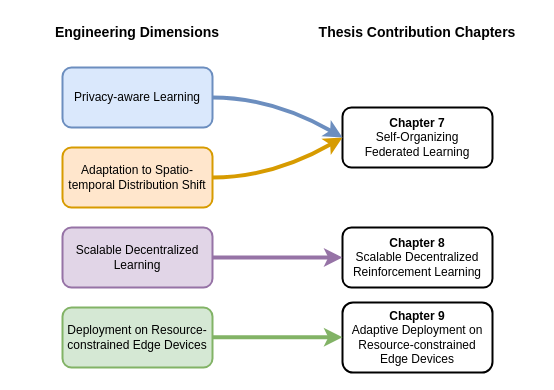
This is figures/mapping.drawio from domm99/phd-thesis, a draw.io file, before an edit. Source tidied: cells renumbered, new cells numbered last; positions are measured from the earlier drawing's top-left corner, leaving out a move shared by most shapes. Both pictures are drawn from the tidied source at 100%, with x=0, y=0 at pixel (17, 17).
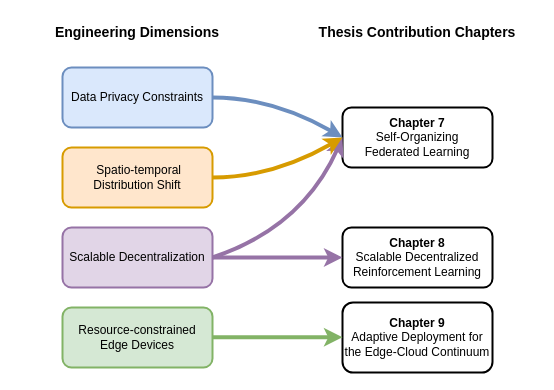
The same diagram, later.

Unchanged cells that the change refers to:
```xml
<mxCell id="7" value="&lt;b&gt;Chapter 7&lt;/b&gt;&lt;div&gt;Self-Organizing &lt;br&gt;Federated Learning&lt;/div&gt;" style="rounded=1;whiteSpace=wrap;html=1;strokeWidth=2;" parent="1" vertex="1">
  <mxGeometry x="325" y="90" width="150" height="60" as="geometry" />
</mxCell>
<mxCell id="8" value="&lt;b&gt;Chapter 8&lt;/b&gt;&lt;div&gt;Scalable Decentralized&lt;br&gt;&lt;span style=&quot;background-color: transparent; color: light-dark(rgb(0, 0, 0), rgb(255, 255, 255));&quot;&gt;Reinforcement Learning&lt;/span&gt;&lt;/div&gt;" style="rounded=1;whiteSpace=wrap;html=1;strokeWidth=2;" parent="1" vertex="1">
  <mxGeometry x="325" y="210" width="150" height="60" as="geometry" />
</mxCell>
```

The edit, as a diff of the source:
```diff
@@
-    <mxCell id="2" style="edgeStyle=orthogonalEdgeStyle;curved=1;rounded=1;orthogonalLoop=1;jettySize=auto;html=1;exitX=0.5;exitY=1;exitDx=0;exitDy=0;" parent="1" edge="1">
-      <mxGeometry relative="1" as="geometry">
-        <mxPoint x="615" y="680" as="sourcePoint" />
-      </mxGeometry>
-    </mxCell>
-    <mxCell id="3" value="Privacy-aware Learning" style="rounded=1;whiteSpace=wrap;html=1;fillColor=#dae8fc;strokeColor=#6c8ebf;strokeWidth=2;shadow=0;" parent="1" vertex="1">
-      <mxGeometry x="45" y="50" width="150" height="60" as="geometry" />
-    </mxCell>
-    <mxCell id="4" value="Adaptation to Spatio-temporal Distribution Shift" style="rounded=1;whiteSpace=wrap;html=1;fillColor=#ffe6cc;strokeColor=#d79b00;strokeWidth=2;" parent="1" vertex="1">
-      <mxGeometry x="45" y="130" width="150" height="60" as="geometry" />
-    </mxCell>
-    <mxCell id="5" value="Deployment on Resource-constrained Edge Devices" style="rounded=1;whiteSpace=wrap;html=1;fillColor=#d5e8d4;strokeColor=#82b366;strokeWidth=2;" parent="1" vertex="1">
-      <mxGeometry x="45" y="290" width="150" height="60" as="geometry" />
-    </mxCell>
-    <mxCell id="6" value="Scalable Decentralized Learning" style="rounded=1;whiteSpace=wrap;html=1;fillColor=#e1d5e7;strokeColor=#9673a6;strokeWidth=2;" parent="1" vertex="1">
-      <mxGeometry x="45" y="210" width="150" height="60" as="geometry" />
-    </mxCell>
+    <mxCell id="16" style="edgeStyle=orthogonalEdgeStyle;curved=1;rounded=1;orthogonalLoop=1;jettySize=auto;html=1;exitX=0.5;exitY=1;exitDx=0;exitDy=0;" parent="1" edge="1">
+      <mxGeometry relative="1" as="geometry">
+        <mxPoint x="615" y="680" as="sourcePoint" />
+      </mxGeometry>
+    </mxCell>
+    <mxCell id="17" style="edgeStyle=orthogonalEdgeStyle;curved=1;rounded=0;orthogonalLoop=1;jettySize=auto;html=1;exitX=0.5;exitY=1;exitDx=0;exitDy=0;" parent="1" edge="1">
+      <mxGeometry relative="1" as="geometry">
+        <mxPoint x="615" y="680" as="sourcePoint" />
+      </mxGeometry>
+    </mxCell>
+    <mxCell id="18" style="edgeStyle=orthogonalEdgeStyle;curved=1;rounded=1;orthogonalLoop=1;jettySize=auto;html=1;exitX=0.5;exitY=1;exitDx=0;exitDy=0;" parent="1" edge="1">
+      <mxGeometry relative="1" as="geometry">
+        <mxPoint x="615" y="680" as="sourcePoint" />
+      </mxGeometry>
+    </mxCell>
+    <mxCell id="19" style="edgeStyle=orthogonalEdgeStyle;curved=1;rounded=1;orthogonalLoop=1;jettySize=auto;html=1;exitX=0.5;exitY=1;exitDx=0;exitDy=0;" parent="1" edge="1">
+      <mxGeometry relative="1" as="geometry">
+        <mxPoint x="515" y="740" as="sourcePoint" />
+      </mxGeometry>
+    </mxCell>
+    <mxCell id="20" style="edgeStyle=orthogonalEdgeStyle;curved=1;rounded=0;orthogonalLoop=1;jettySize=auto;html=1;exitX=0.5;exitY=1;exitDx=0;exitDy=0;" parent="1" edge="1">
+      <mxGeometry relative="1" as="geometry">
+        <mxPoint x="515" y="740" as="sourcePoint" />
+      </mxGeometry>
+    </mxCell>
+    <mxCell id="21" style="edgeStyle=orthogonalEdgeStyle;curved=1;rounded=1;orthogonalLoop=1;jettySize=auto;html=1;exitX=0.5;exitY=1;exitDx=0;exitDy=0;" parent="1" edge="1">
+      <mxGeometry relative="1" as="geometry">
+        <mxPoint x="615" y="680" as="sourcePoint" />
+      </mxGeometry>
+    </mxCell>
+    <mxCell id="22" style="edgeStyle=orthogonalEdgeStyle;curved=1;rounded=0;orthogonalLoop=1;jettySize=auto;html=1;exitX=0.5;exitY=1;exitDx=0;exitDy=0;" parent="1" edge="1">
+      <mxGeometry relative="1" as="geometry">
+        <mxPoint x="615" y="680" as="sourcePoint" />
+      </mxGeometry>
+    </mxCell>
+    <mxCell id="23" style="edgeStyle=orthogonalEdgeStyle;curved=1;rounded=1;orthogonalLoop=1;jettySize=auto;html=1;exitX=0.5;exitY=1;exitDx=0;exitDy=0;" parent="1" edge="1">
+      <mxGeometry relative="1" as="geometry">
+        <mxPoint x="615" y="680" as="sourcePoint" />
+      </mxGeometry>
+    </mxCell>
+    <mxCell id="24" value="Data Privacy Constraints" style="rounded=1;whiteSpace=wrap;html=1;fillColor=#dae8fc;strokeColor=#6c8ebf;strokeWidth=2;shadow=0;" parent="1" vertex="1">
+      <mxGeometry x="45" y="50" width="150" height="60" as="geometry" />
+    </mxCell>
+    <mxCell id="25" value="&amp;nbsp;Spatio-temporal Distribution Shift" style="rounded=1;whiteSpace=wrap;html=1;fillColor=#ffe6cc;strokeColor=#d79b00;strokeWidth=2;" parent="1" vertex="1">
+      <mxGeometry x="45" y="130" width="150" height="60" as="geometry" />
+    </mxCell>
+    <mxCell id="26" value="Resource-constrained Edge Devices" style="rounded=1;whiteSpace=wrap;html=1;fillColor=#d5e8d4;strokeColor=#82b366;strokeWidth=2;" parent="1" vertex="1">
+      <mxGeometry x="45" y="290" width="150" height="60" as="geometry" />
+    </mxCell>
+    <mxCell id="27" value="Scalable Decentralization" style="rounded=1;whiteSpace=wrap;html=1;fillColor=#e1d5e7;strokeColor=#9673a6;strokeWidth=2;" parent="1" vertex="1">
+      <mxGeometry x="45" y="210" width="150" height="60" as="geometry" />
+    </mxCell>
@@
-    <mxCell id="9" value="&lt;b&gt;Chapter 9&lt;/b&gt;&lt;div&gt;Adaptive Deployment on Resource-constrained Edge Devices&lt;/div&gt;" style="rounded=1;whiteSpace=wrap;html=1;strokeWidth=2;" parent="1" vertex="1">
-      <mxGeometry x="325" y="285" width="150" height="70" as="geometry" />
-    </mxCell>
-    <mxCell id="10" style="curved=1;endArrow=classic;html=1;rounded=1;strokeWidth=4;exitX=1;exitY=0.5;exitDx=0;exitDy=0;entryX=0;entryY=0.5;entryDx=0;entryDy=0;fillColor=#ffe6cc;strokeColor=#d79b00;" parent="1" edge="1" source="4" target="7">
-      <mxGeometry relative="1" as="geometry">
-        <Array as="points">
-          <mxPoint x="255" y="160" />
-        </Array>
-      </mxGeometry>
-    </mxCell>
-    <mxCell id="11" style="curved=1;endArrow=classic;html=1;rounded=1;strokeWidth=4;exitX=1;exitY=0.5;exitDx=0;exitDy=0;entryX=0;entryY=0.5;entryDx=0;entryDy=0;fillColor=#e1d5e7;strokeColor=#9673a6;" parent="1" edge="1" source="6" target="8">
-      <mxGeometry relative="1" as="geometry" />
-    </mxCell>
-    <mxCell id="12" style="curved=1;endArrow=classic;html=1;rounded=1;strokeWidth=4;exitX=1;exitY=0.5;exitDx=0;exitDy=0;entryX=0;entryY=0.5;entryDx=0;entryDy=0;fillColor=#d5e8d4;strokeColor=#82b366;" parent="1" edge="1">
-      <mxGeometry relative="1" as="geometry">
-        <mxPoint x="195" y="319.8" as="sourcePoint" />
-        <mxPoint x="325" y="319.8" as="targetPoint" />
-      </mxGeometry>
-    </mxCell>
-    <mxCell id="13" style="curved=1;endArrow=classic;html=1;rounded=1;strokeWidth=4;exitX=1;exitY=0.5;exitDx=0;exitDy=0;entryX=0;entryY=0.5;entryDx=0;entryDy=0;fillColor=#dae8fc;strokeColor=#6c8ebf;shadow=0;" parent="1" edge="1" target="7">
-      <mxGeometry relative="1" as="geometry">
-        <mxPoint x="195" y="80" as="sourcePoint" />
-        <Array as="points">
-          <mxPoint x="255" y="80" />
-        </Array>
-      </mxGeometry>
-    </mxCell>
+    <mxCell id="28" value="&lt;b&gt;Chapter 9&lt;/b&gt;&lt;div&gt;Adaptive Deployment for the Edge-Cloud Continuum&lt;/div&gt;" style="rounded=1;whiteSpace=wrap;html=1;strokeWidth=2;" parent="1" vertex="1">
+      <mxGeometry x="325" y="285" width="150" height="70" as="geometry" />
+    </mxCell>
+    <mxCell id="29" style="curved=1;endArrow=classic;html=1;rounded=1;strokeWidth=4;exitX=1;exitY=0.5;exitDx=0;exitDy=0;entryX=0;entryY=0.5;entryDx=0;entryDy=0;fillColor=#e1d5e7;strokeColor=#9673a6;" parent="1" edge="1" source="27" target="8">
+      <mxGeometry relative="1" as="geometry" />
+    </mxCell>
+    <mxCell id="30" style="curved=1;endArrow=classic;html=1;rounded=1;strokeWidth=4;exitX=1;exitY=0.5;exitDx=0;exitDy=0;entryX=0;entryY=0.5;entryDx=0;entryDy=0;fillColor=#d5e8d4;strokeColor=#82b366;" parent="1" edge="1">
+      <mxGeometry relative="1" as="geometry">
+        <mxPoint x="195" y="319.8" as="sourcePoint" />
+        <mxPoint x="325" y="319.8" as="targetPoint" />
+      </mxGeometry>
+    </mxCell>
+    <mxCell id="31" style="curved=1;endArrow=classic;html=1;rounded=1;strokeWidth=4;exitX=1;exitY=0.5;exitDx=0;exitDy=0;entryX=0;entryY=0.5;entryDx=0;entryDy=0;fillColor=#dae8fc;strokeColor=#6c8ebf;shadow=0;" parent="1" edge="1" target="7">
+      <mxGeometry relative="1" as="geometry">
+        <mxPoint x="195" y="80" as="sourcePoint" />
+        <Array as="points">
+          <mxPoint x="255" y="80" />
+        </Array>
+      </mxGeometry>
+    </mxCell>
@@
+    <mxCell id="32" style="curved=1;endArrow=classic;html=1;rounded=1;strokeWidth=4;exitX=1;exitY=0.5;exitDx=0;exitDy=0;entryX=0;entryY=0.5;entryDx=0;entryDy=0;fillColor=#e1d5e7;strokeColor=#9673a6;" parent="1" edge="1" source="27" target="7">
+      <mxGeometry relative="1" as="geometry">
+        <Array as="points">
+          <mxPoint x="285" y="210" />
+        </Array>
+      </mxGeometry>
+    </mxCell>
+    <mxCell id="33" style="curved=1;endArrow=classic;html=1;rounded=1;strokeWidth=4;exitX=1;exitY=0.5;exitDx=0;exitDy=0;entryX=0;entryY=0.5;entryDx=0;entryDy=0;fillColor=#ffe6cc;strokeColor=#d79b00;" parent="1" edge="1" source="25" target="7">
+      <mxGeometry relative="1" as="geometry">
+        <Array as="points">
+          <mxPoint x="255" y="160" />
+        </Array>
+      </mxGeometry>
+    </mxCell>
```
